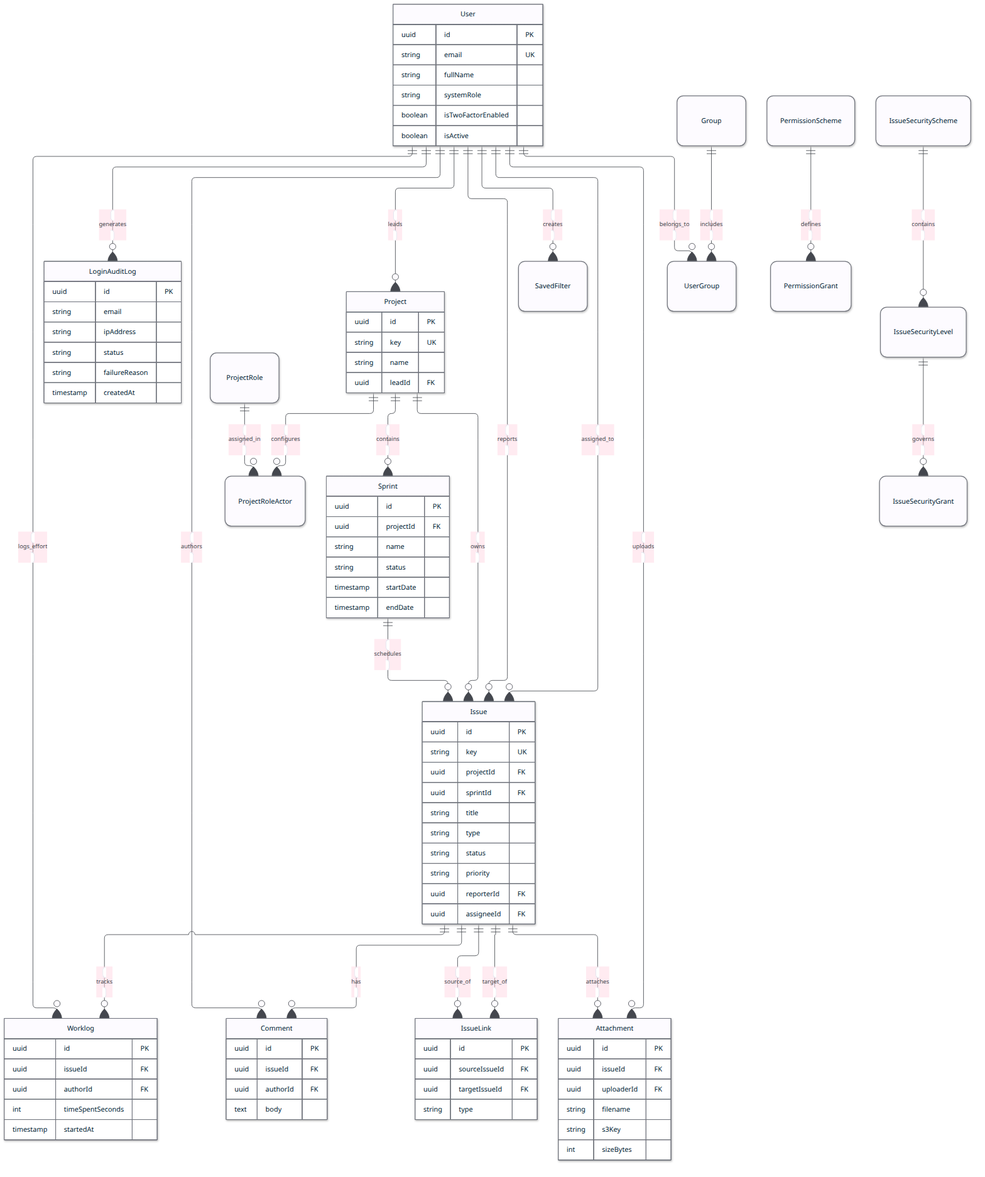
Before: documentation/architecture/diagrams/database_er.png, a diagram exported from Mermaid (finkord/bug-tracker). Its source is kept beside it as documentation/architecture/diagrams/database_er.mmd.
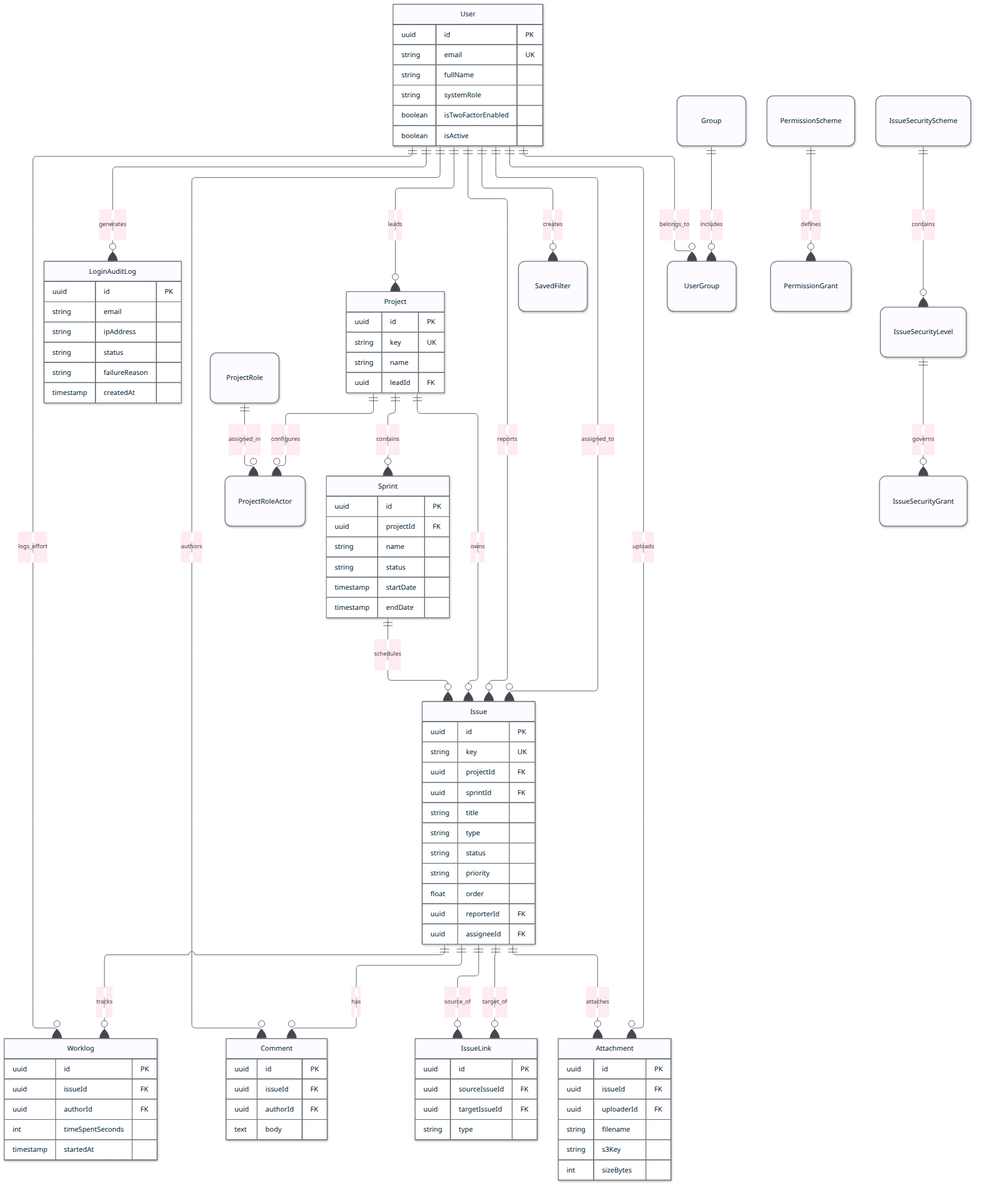
The same file after the commit.

Diff of the diagram source:
```diff
@@ -63,6 +63,7 @@
         string type
         string status
         string priority
+        float order
         uuid reporterId FK
         uuid assigneeId FK
     }
```
